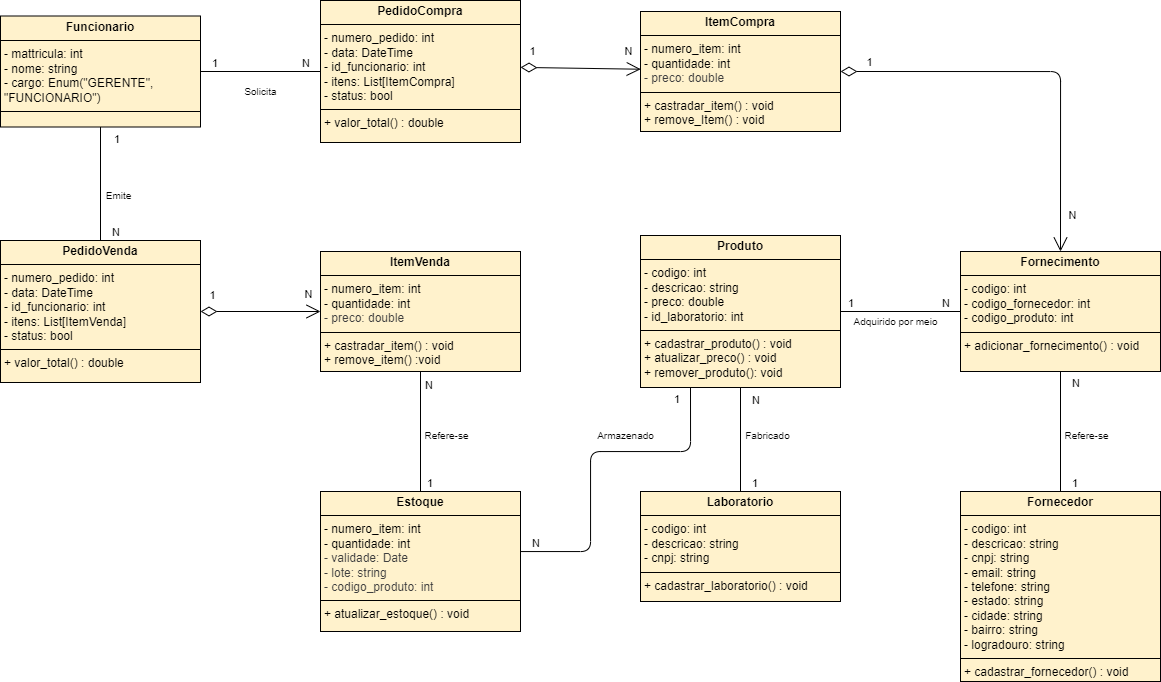
This is docs/images/diagrama-classes.png from ICEI-PUCMinas-PSG-SI-TI/psg-si-2025-1-p3-tiapn-6818100-farmacia-popular, a draw.io export, as it was before one commit. Source tidied: cells renumbered, new cells last; positions are measured from the earlier drawing's top-left corner, leaving out a move shared by most shapes.
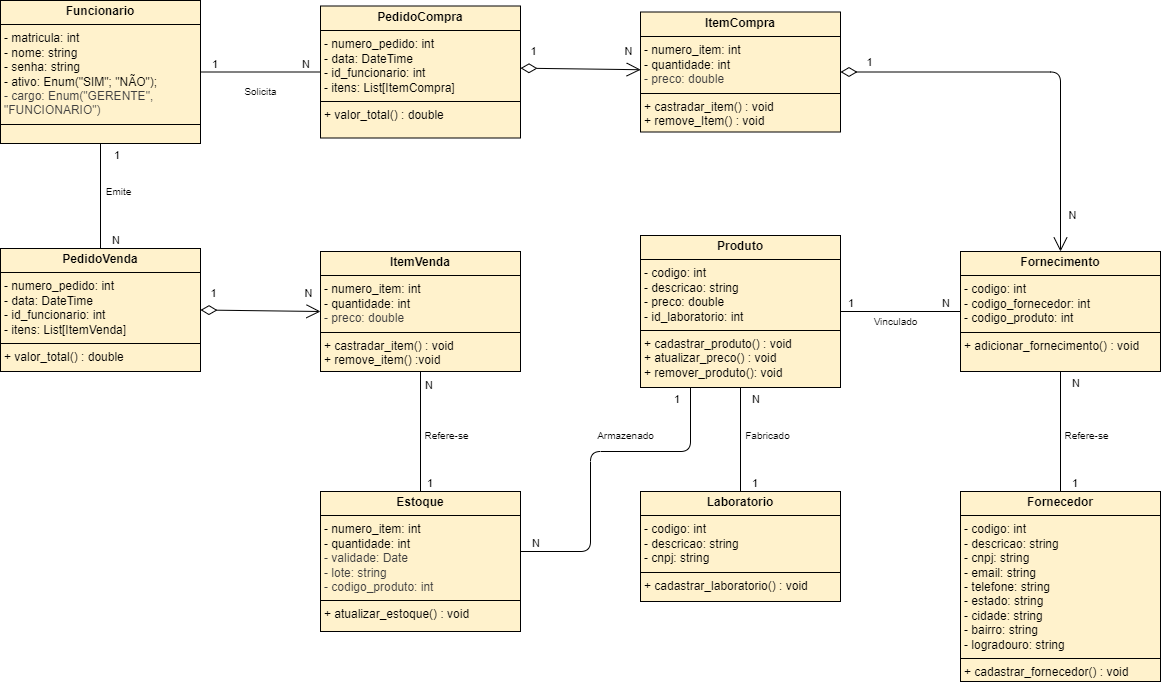
Above is the later version.

Change to the diagram source:
```diff
@@ -2,14 +2,14 @@
   <root>
     <mxCell id="0" />
     <mxCell id="1" parent="0" />
-    <mxCell id="2" value="&lt;p style=&quot;margin:0px;margin-top:4px;text-align:center;&quot;&gt;&lt;b&gt;Funcionario&lt;/b&gt;&lt;/p&gt;&lt;hr size=&quot;1&quot; style=&quot;border-style:solid;&quot;&gt;&lt;p style=&quot;margin:0px;margin-left:4px;&quot;&gt;- mattricula: int&lt;/p&gt;&lt;p style=&quot;margin:0px;margin-left:4px;&quot;&gt;- nome: string&lt;/p&gt;&lt;p style=&quot;margin:0px;margin-left:4px;&quot;&gt;- cargo: Enum(&quot;GERENTE&quot;, &quot;FUNCIONARIO&quot;)&lt;/p&gt;&lt;hr size=&quot;1&quot; style=&quot;border-style:solid;&quot;&gt;&lt;p style=&quot;margin:0px;margin-left:4px;&quot;&gt;&lt;br&gt;&lt;br&gt;&lt;/p&gt;" style="verticalAlign=top;align=left;overflow=fill;html=1;whiteSpace=wrap;fillColor=#fff2cc;strokeColor=#000000;" parent="1" vertex="1">
-      <mxGeometry y="15.5" width="200" height="111" as="geometry" />
+    <mxCell id="2" value="&lt;p style=&quot;margin:0px;margin-top:4px;text-align:center;&quot;&gt;&lt;b&gt;Funcionario&lt;/b&gt;&lt;/p&gt;&lt;hr size=&quot;1&quot; style=&quot;border-style:solid;&quot;&gt;&lt;p style=&quot;margin:0px;margin-left:4px;&quot;&gt;- matricula: int&lt;/p&gt;&lt;p style=&quot;margin:0px;margin-left:4px;&quot;&gt;- nome: string&lt;/p&gt;&lt;p style=&quot;margin:0px;margin-left:4px;&quot;&gt;- senha: string&lt;/p&gt;&lt;p style=&quot;margin:0px;margin-left:4px;&quot;&gt;- ativo: Enum(&quot;SIM&quot;; &quot;NÃO&quot;);&lt;/p&gt;&lt;p style=&quot;margin:0px;margin-left:4px;&quot;&gt;&lt;span style=&quot;color: rgb(63, 63, 63);&quot;&gt;- cargo: Enum(&quot;GERENTE&quot;, &quot;FUNCIONARIO&quot;)&lt;/span&gt;&lt;/p&gt;&lt;hr size=&quot;1&quot; style=&quot;border-style:solid;&quot;&gt;&lt;p style=&quot;margin:0px;margin-left:4px;&quot;&gt;&lt;br&gt;&lt;br&gt;&lt;/p&gt;" style="verticalAlign=top;align=left;overflow=fill;html=1;whiteSpace=wrap;fillColor=#fff2cc;strokeColor=#000000;" parent="1" vertex="1">
+      <mxGeometry width="200" height="143" as="geometry" />
     </mxCell>
-    <mxCell id="3" value="&lt;p style=&quot;margin:0px;margin-top:4px;text-align:center;&quot;&gt;&lt;b&gt;PedidoCompra&lt;/b&gt;&lt;/p&gt;&lt;hr size=&quot;1&quot; style=&quot;border-style:solid;&quot;&gt;&lt;p style=&quot;margin:0px;margin-left:4px;&quot;&gt;- numero_pedido: int&lt;br&gt;&lt;/p&gt;&lt;p style=&quot;margin:0px;margin-left:4px;&quot;&gt;- data: DateTime&lt;/p&gt;&lt;p style=&quot;margin:0px;margin-left:4px;&quot;&gt;- id_funcionario: int&lt;/p&gt;&lt;p style=&quot;margin:0px;margin-left:4px;&quot;&gt;- itens: List[ItemCompra]&lt;/p&gt;&lt;p style=&quot;margin:0px;margin-left:4px;&quot;&gt;- status: bool&lt;/p&gt;&lt;hr size=&quot;1&quot; style=&quot;border-style:solid;&quot;&gt;&lt;p style=&quot;margin:0px;margin-left:4px;&quot;&gt;+ valor_total() : double&lt;/p&gt;" style="verticalAlign=top;align=left;overflow=fill;html=1;whiteSpace=wrap;fillColor=#fff2cc;strokeColor=#000000;" parent="1" vertex="1">
-      <mxGeometry x="320" width="200" height="142" as="geometry" />
+    <mxCell id="3" value="&lt;p style=&quot;margin:0px;margin-top:4px;text-align:center;&quot;&gt;&lt;b&gt;PedidoCompra&lt;/b&gt;&lt;/p&gt;&lt;hr size=&quot;1&quot; style=&quot;border-style:solid;&quot;&gt;&lt;p style=&quot;margin:0px;margin-left:4px;&quot;&gt;- numero_pedido: int&lt;br&gt;&lt;/p&gt;&lt;p style=&quot;margin:0px;margin-left:4px;&quot;&gt;- data: DateTime&lt;/p&gt;&lt;p style=&quot;margin:0px;margin-left:4px;&quot;&gt;- id_funcionario: int&lt;/p&gt;&lt;p style=&quot;margin:0px;margin-left:4px;&quot;&gt;- itens: List[ItemCompra]&lt;/p&gt;&lt;hr size=&quot;1&quot; style=&quot;border-style:solid;&quot;&gt;&lt;p style=&quot;margin:0px;margin-left:4px;&quot;&gt;+ valor_total() : double&lt;/p&gt;" style="verticalAlign=top;align=left;overflow=fill;html=1;whiteSpace=wrap;fillColor=#fff2cc;strokeColor=#000000;" parent="1" vertex="1">
+      <mxGeometry x="320" y="5.5" width="200" height="132" as="geometry" />
     </mxCell>
     <mxCell id="4" value="&lt;p style=&quot;margin:0px;margin-top:4px;text-align:center;&quot;&gt;&lt;b&gt;ItemCompra&lt;/b&gt;&lt;/p&gt;&lt;hr size=&quot;1&quot; style=&quot;border-style:solid;&quot;&gt;&lt;p style=&quot;margin:0px;margin-left:4px;&quot;&gt;&lt;span style=&quot;background-color: transparent;&quot;&gt;- numero_item: int&lt;/span&gt;&lt;/p&gt;&lt;p style=&quot;margin:0px;margin-left:4px;&quot;&gt;&lt;span style=&quot;background-color: transparent;&quot;&gt;- quantidade: int&lt;/span&gt;&lt;/p&gt;&lt;p style=&quot;margin:0px;margin-left:4px;&quot;&gt;&lt;span style=&quot;color: rgb(63, 63, 63);&quot;&gt;- preco: double&lt;/span&gt;&lt;span style=&quot;background-color: transparent;&quot;&gt;&lt;/span&gt;&lt;/p&gt;&lt;hr size=&quot;1&quot; style=&quot;border-style:solid;&quot;&gt;&lt;p style=&quot;margin:0px;margin-left:4px;&quot;&gt;+ castradar_item() : void&lt;br&gt;+ remove_Item() : void&lt;/p&gt;" style="verticalAlign=top;align=left;overflow=fill;html=1;whiteSpace=wrap;fillColor=#fff2cc;strokeColor=#000000;" parent="1" vertex="1">
-      <mxGeometry x="640" y="11" width="200" height="120" as="geometry" />
+      <mxGeometry x="640" y="11.5" width="200" height="120" as="geometry" />
     </mxCell>
     <mxCell id="5" value="&lt;p style=&quot;margin:0px;margin-top:4px;text-align:center;&quot;&gt;&lt;b&gt;Produto&lt;/b&gt;&lt;/p&gt;&lt;hr size=&quot;1&quot; style=&quot;border-style:solid;&quot;&gt;&lt;p style=&quot;margin:0px;margin-left:4px;&quot;&gt;- codigo: int&lt;/p&gt;&lt;p style=&quot;margin:0px;margin-left:4px;&quot;&gt;- descricao: string&lt;/p&gt;&lt;p style=&quot;margin:0px;margin-left:4px;&quot;&gt;- preco: double&lt;/p&gt;&lt;p style=&quot;margin:0px;margin-left:4px;&quot;&gt;- id_laboratorio: int&lt;/p&gt;&lt;hr size=&quot;1&quot; style=&quot;border-style:solid;&quot;&gt;&lt;p style=&quot;margin:0px;margin-left:4px;&quot;&gt;+ cadastrar_produto() : void&lt;br&gt;+ atualizar_preco() : void&lt;br&gt;+ remover_produto(): void&lt;/p&gt;" style="verticalAlign=top;align=left;overflow=fill;html=1;whiteSpace=wrap;fillColor=#fff2cc;strokeColor=#000000;" parent="1" vertex="1">
       <mxGeometry x="640" y="235" width="200" height="152" as="geometry" />
@@ -91,8 +91,8 @@
         <mxPoint x="-10" as="offset" />
       </mxGeometry>
     </mxCell>
-    <mxCell id="25" value="Adquirido por meio" style="text;html=1;align=center;verticalAlign=middle;strokeColor=none;fillColor=none;fontSize=10;spacing=1;" parent="1" vertex="1">
-      <mxGeometry x="840" y="311" width="110" height="20" as="geometry" />
+    <mxCell id="25" value="Vinculado" style="text;html=1;align=center;verticalAlign=middle;strokeColor=none;fillColor=none;fontSize=10;spacing=1;" parent="1" vertex="1">
+      <mxGeometry x="860" y="311" width="70" height="20" as="geometry" />
     </mxCell>
     <mxCell id="26" value="&lt;p style=&quot;margin:0px;margin-top:4px;text-align:center;&quot;&gt;&lt;b&gt;Laboratorio&lt;/b&gt;&lt;/p&gt;&lt;hr size=&quot;1&quot; style=&quot;border-style:solid;&quot;&gt;&lt;p style=&quot;margin:0px;margin-left:4px;&quot;&gt;- codigo: int&lt;/p&gt;&lt;p style=&quot;margin:0px;margin-left:4px;&quot;&gt;- descricao: string&lt;/p&gt;&lt;p style=&quot;margin:0px;margin-left:4px;&quot;&gt;- cnpj: string&lt;/p&gt;&lt;hr size=&quot;1&quot; style=&quot;border-style:solid;&quot;&gt;&lt;p style=&quot;margin:0px;margin-left:4px;&quot;&gt;+ cadastrar_laboratorio() : void&lt;/p&gt;" style="verticalAlign=top;align=left;overflow=fill;html=1;whiteSpace=wrap;fillColor=#fff2cc;strokeColor=#000000;" parent="1" vertex="1">
       <mxGeometry x="640" y="491" width="200" height="110" as="geometry" />
@@ -157,8 +157,8 @@
     <mxCell id="40" value="&lt;div&gt;Armazenado&lt;/div&gt;" style="text;html=1;align=center;verticalAlign=middle;strokeColor=none;fillColor=none;fontSize=10;spacing=1;" parent="1" vertex="1">
       <mxGeometry x="585" y="424.5" width="80" height="20" as="geometry" />
     </mxCell>
-    <mxCell id="41" value="&lt;p style=&quot;margin:0px;margin-top:4px;text-align:center;&quot;&gt;&lt;b&gt;PedidoVenda&lt;/b&gt;&lt;/p&gt;&lt;hr size=&quot;1&quot; style=&quot;border-style:solid;&quot;&gt;&lt;p style=&quot;margin:0px;margin-left:4px;&quot;&gt;&lt;span style=&quot;background-color: transparent;&quot;&gt;- numero_pedido: int&lt;/span&gt;&lt;/p&gt;&lt;p style=&quot;margin:0px;margin-left:4px;&quot;&gt;&lt;span style=&quot;background-color: transparent;&quot;&gt;- data: DateTime&lt;/span&gt;&lt;/p&gt;&lt;p style=&quot;margin:0px;margin-left:4px;&quot;&gt;&lt;span style=&quot;background-color: transparent;&quot;&gt;- id_funcionario: int&lt;/span&gt;&lt;/p&gt;&lt;p style=&quot;margin:0px;margin-left:4px;&quot;&gt;- itens: List[ItemVenda]&lt;/p&gt;&lt;p style=&quot;margin:0px;margin-left:4px;&quot;&gt;- status: bool&lt;/p&gt;&lt;hr size=&quot;1&quot; style=&quot;border-style:solid;&quot;&gt;&lt;p style=&quot;margin:0px;margin-left:4px;&quot;&gt;+ valor_total() : double&lt;/p&gt;" style="verticalAlign=top;align=left;overflow=fill;html=1;whiteSpace=wrap;fillColor=#fff2cc;strokeColor=#000000;" parent="1" vertex="1">
-      <mxGeometry y="240" width="200" height="142" as="geometry" />
+    <mxCell id="41" value="&lt;p style=&quot;margin:0px;margin-top:4px;text-align:center;&quot;&gt;&lt;b&gt;PedidoVenda&lt;/b&gt;&lt;/p&gt;&lt;hr size=&quot;1&quot; style=&quot;border-style:solid;&quot;&gt;&lt;p style=&quot;margin:0px;margin-left:4px;&quot;&gt;&lt;span style=&quot;background-color: transparent;&quot;&gt;- numero_pedido: int&lt;/span&gt;&lt;/p&gt;&lt;p style=&quot;margin:0px;margin-left:4px;&quot;&gt;&lt;span style=&quot;background-color: transparent;&quot;&gt;- data: DateTime&lt;/span&gt;&lt;/p&gt;&lt;p style=&quot;margin:0px;margin-left:4px;&quot;&gt;&lt;span style=&quot;background-color: transparent;&quot;&gt;- id_funcionario: int&lt;/span&gt;&lt;/p&gt;&lt;p style=&quot;margin:0px;margin-left:4px;&quot;&gt;- itens: List[ItemVenda]&lt;/p&gt;&lt;hr size=&quot;1&quot; style=&quot;border-style:solid;&quot;&gt;&lt;p style=&quot;margin:0px;margin-left:4px;&quot;&gt;+ valor_total() : double&lt;/p&gt;" style="verticalAlign=top;align=left;overflow=fill;html=1;whiteSpace=wrap;fillColor=#fff2cc;strokeColor=#000000;" parent="1" vertex="1">
+      <mxGeometry y="248" width="200" height="123" as="geometry" />
     </mxCell>
     <mxCell id="42" style="endArrow=none;html=1;edgeStyle=orthogonalEdgeStyle;exitX=0.5;exitY=0;exitDx=0;exitDy=0;entryX=0.5;entryY=1;entryDx=0;entryDy=0;" parent="1" edge="1" source="41" target="2">
       <mxGeometry relative="1" as="geometry" />
@@ -174,7 +174,7 @@
       </mxGeometry>
     </mxCell>
     <mxCell id="45" value="&lt;div&gt;Emite&lt;/div&gt;" style="text;html=1;align=center;verticalAlign=middle;strokeColor=none;fillColor=none;fontSize=10;spacing=1;" parent="1" vertex="1">
-      <mxGeometry x="93" y="184.5" width="50" height="20" as="geometry" />
+      <mxGeometry x="93" y="180.5" width="50" height="20" as="geometry" />
     </mxCell>
     <mxCell id="46" style="endArrow=open;html=1;endSize=12;startArrow=diamondThin;startSize=14;startFill=0;align=left;verticalAlign=bottom;exitX=1;exitY=0.5;exitDx=0;exitDy=0;entryX=0;entryY=0.5;entryDx=0;entryDy=0;" parent="1" edge="1" source="41" target="31">
       <mxGeometry relative="1" as="geometry" />
```
